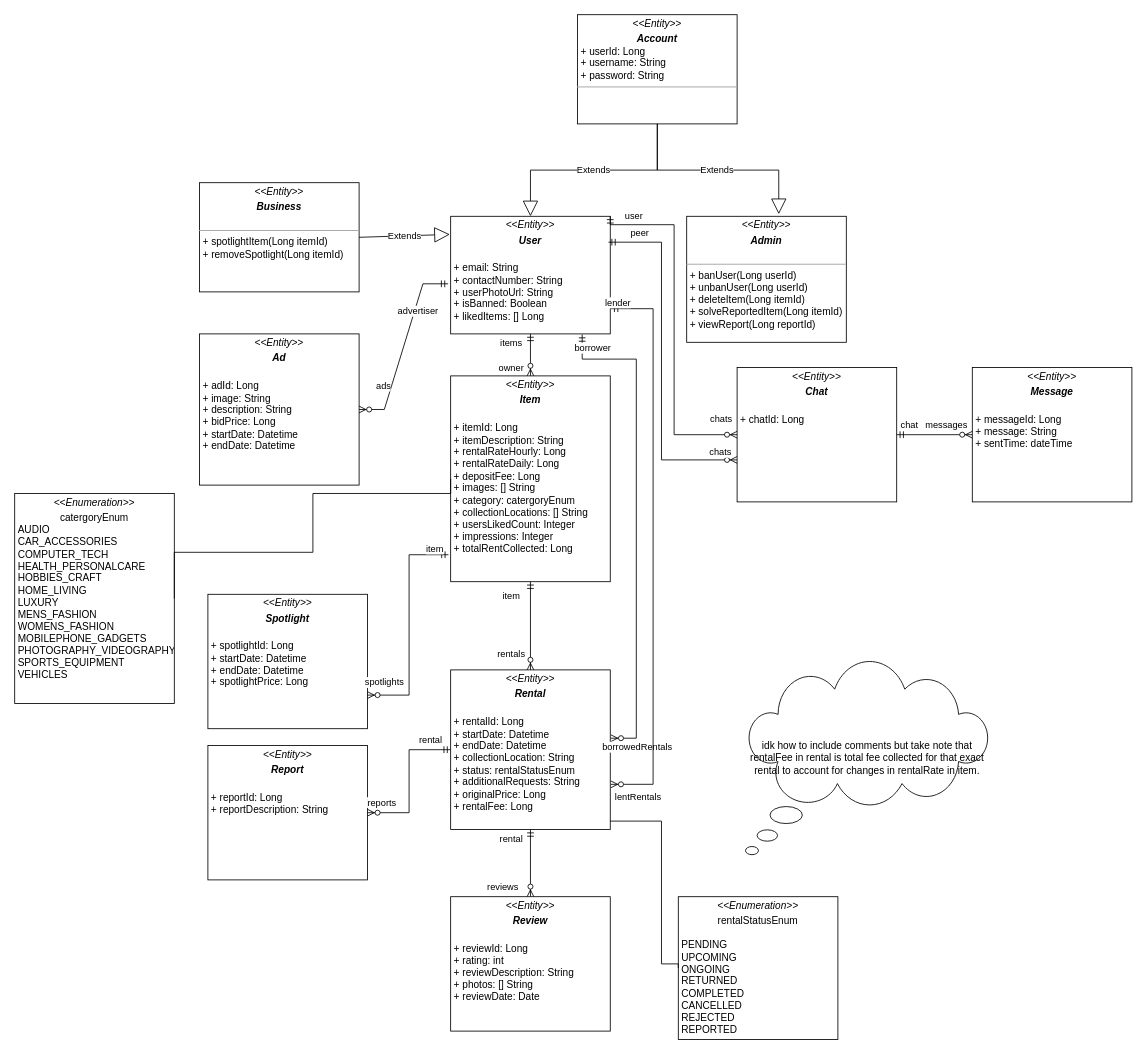
TohDeKai/SharEco keeps this draw.io diagram as Class Diagram.drawio. Above is the earlier version. Source tidied: cells renumbered, new cells numbered last; positions are measured from the earlier drawing's top-left corner, leaving out a move shared by most shapes. Both pictures are drawn from the tidied source at 84%, with x=0, y=0 at pixel (14, 14).
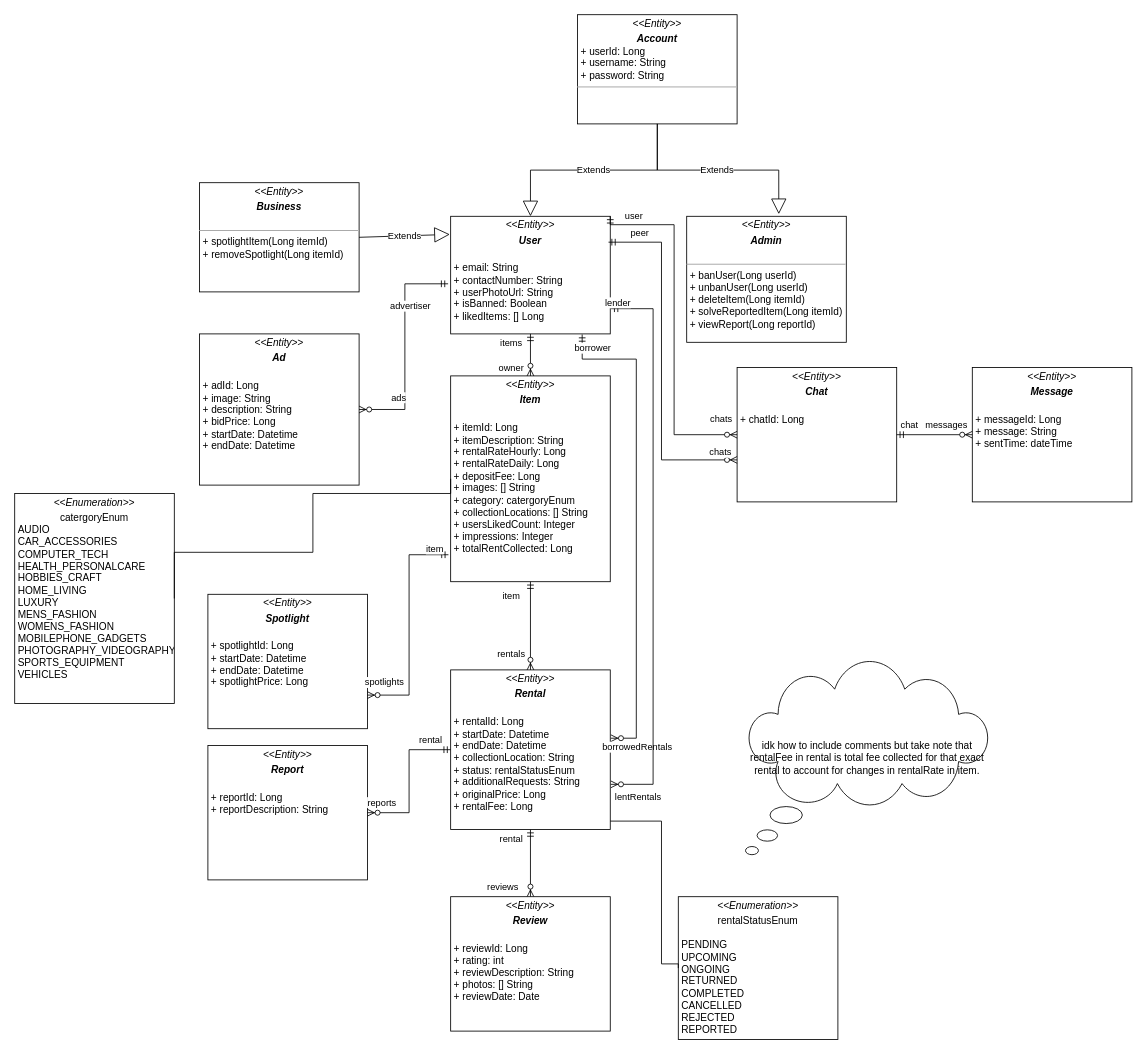
The same page after the edit.

Unchanged cells that the change refers to:
```xml
<mxCell id="2" value="&lt;p style=&quot;margin:0px;margin-top:4px;text-align:center;&quot;&gt;&lt;i&gt;&amp;lt;&amp;lt;Entity&amp;gt;&amp;gt;&lt;/i&gt;&lt;/p&gt;&lt;p style=&quot;margin:0px;margin-top:4px;text-align:center;&quot;&gt;&lt;i&gt;&lt;b&gt;User&lt;/b&gt;&lt;/i&gt;&lt;br&gt;&lt;/p&gt;&lt;p style=&quot;margin:0px;margin-top:4px;text-align:center;&quot;&gt;&lt;br&gt;&lt;/p&gt;&lt;p style=&quot;margin:0px;margin-left:4px;&quot;&gt;+ email: String&lt;/p&gt;&lt;p style=&quot;margin:0px;margin-left:4px;&quot;&gt;+ contactNumber: String&lt;/p&gt;&lt;p style=&quot;margin:0px;margin-left:4px;&quot;&gt;+ userPhotoUrl: String&lt;/p&gt;&lt;p style=&quot;margin:0px;margin-left:4px;&quot;&gt;+ isBanned: Boolean&lt;/p&gt;&lt;p style=&quot;margin:0px;margin-left:4px;&quot;&gt;+ likedItems: [] Long&lt;/p&gt;&lt;p style=&quot;margin:0px;margin-left:4px;&quot;&gt;&lt;br&gt;&lt;/p&gt;&lt;p style=&quot;margin:0px;margin-left:4px;&quot;&gt;&lt;br&gt;&lt;/p&gt;" style="verticalAlign=top;align=left;overflow=fill;fontSize=12;fontFamily=Helvetica;html=1;whiteSpace=wrap;" parent="1" vertex="1">
  <mxGeometry x="519" y="240" width="190" height="140" as="geometry" />
</mxCell>
<mxCell id="51" value="&lt;p style=&quot;margin:0px;margin-top:4px;text-align:center;&quot;&gt;&lt;i&gt;&amp;lt;&amp;lt;Entity&amp;gt;&amp;gt;&lt;/i&gt;&lt;/p&gt;&lt;p style=&quot;margin:0px;margin-top:4px;text-align:center;&quot;&gt;&lt;b&gt;&lt;i&gt;Ad&lt;/i&gt;&lt;/b&gt;&lt;/p&gt;&lt;p style=&quot;margin:0px;margin-top:4px;text-align:center;&quot;&gt;&lt;b&gt;&lt;i&gt;&lt;br&gt;&lt;/i&gt;&lt;/b&gt;&lt;/p&gt;&lt;p style=&quot;margin:0px;margin-left:4px;&quot;&gt;&lt;span style=&quot;background-color: initial;&quot;&gt;+ adId: Long&lt;/span&gt;&lt;/p&gt;&lt;p style=&quot;margin:0px;margin-left:4px;&quot;&gt;&lt;span style=&quot;background-color: initial;&quot;&gt;+ image: String&lt;/span&gt;&lt;/p&gt;&lt;p style=&quot;margin:0px;margin-left:4px;&quot;&gt;&lt;span style=&quot;background-color: initial;&quot;&gt;+ description: String&lt;/span&gt;&lt;/p&gt;&lt;p style=&quot;margin:0px;margin-left:4px;&quot;&gt;&lt;span style=&quot;background-color: initial;&quot;&gt;+ bidPrice: Long&lt;/span&gt;&lt;/p&gt;&lt;p style=&quot;margin:0px;margin-left:4px;&quot;&gt;&lt;span style=&quot;background-color: initial;&quot;&gt;+ startDate: Datetime&lt;/span&gt;&lt;/p&gt;&lt;p style=&quot;margin:0px;margin-left:4px;&quot;&gt;&lt;span style=&quot;background-color: initial;&quot;&gt;+ endDate: Datetime&lt;/span&gt;&lt;/p&gt;&lt;p style=&quot;margin:0px;margin-left:4px;&quot;&gt;&amp;nbsp;&lt;/p&gt;&lt;p style=&quot;margin:0px;margin-left:4px;&quot;&gt;&lt;br&gt;&lt;/p&gt;" style="verticalAlign=top;align=left;overflow=fill;fontSize=12;fontFamily=Helvetica;html=1;whiteSpace=wrap;" parent="1" vertex="1">
  <mxGeometry x="220" y="380" width="190" height="180" as="geometry" />
</mxCell>
```

Change to the diagram source:
```diff
@@
-    <mxCell id="52" style="edgeStyle=entityRelationEdgeStyle;fontSize=12;html=1;endArrow=ERzeroToMany;startArrow=ERmandOne;rounded=0;entryX=1;entryY=0.5;entryDx=0;entryDy=0;exitX=-0.016;exitY=0.574;exitDx=0;exitDy=0;exitPerimeter=0;" parent="1" edge="1" source="2" target="51">
-      <mxGeometry relative="1" as="geometry">
-        <Array as="points">
-          <mxPoint x="490" y="480" />
-          <mxPoint x="470" y="480" />
-          <mxPoint x="500" y="480" />
-        </Array>
-      </mxGeometry>
+    <mxCell id="52" style="edgeStyle=orthogonalEdgeStyle;fontSize=12;html=1;endArrow=ERzeroToMany;startArrow=ERmandOne;rounded=0;entryX=1;entryY=0.5;entryDx=0;entryDy=0;exitX=-0.016;exitY=0.574;exitDx=0;exitDy=0;exitPerimeter=0;" parent="1" edge="1" source="2" target="51">
+      <mxGeometry relative="1" as="geometry" />
     </mxCell>
```
